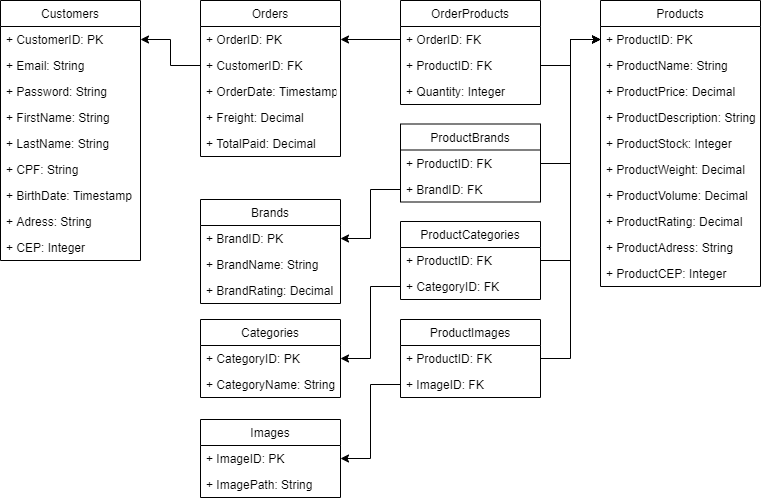
The draw.io diagram database/Database.png in Gap1512/ecommerce, before a commit. Source tidied: cells renumbered, new cells last; positions are measured from the earlier drawing's top-left corner, leaving out a move shared by most shapes. The source it was exported from:
```xml
<mxGraphModel background="#ffffff">
  <root>
    <mxCell id="0" />
    <mxCell id="1" parent="0" />
    <mxCell id="2" value="Customers" style="swimlane;fontStyle=0;horizontal=1;startSize=26;fillColor=none;" parent="1" vertex="1">
      <mxGeometry width="140" height="260" as="geometry" />
    </mxCell>
    <mxCell id="3" value="+ CustomerID: PK" style="text;strokeColor=none;fillColor=none;align=left;verticalAlign=top;spacingLeft=4;spacingRight=4;overflow=hidden;points=[[0,0.5],[1,0.5]];portConstraint=eastwest;" parent="2" vertex="1">
      <mxGeometry y="26" width="140" height="26" as="geometry" />
    </mxCell>
    <mxCell id="4" value="+ Email: String" style="text;strokeColor=none;fillColor=none;align=left;verticalAlign=top;spacingLeft=4;spacingRight=4;overflow=hidden;" parent="2" vertex="1">
      <mxGeometry y="52" width="140" height="26" as="geometry" />
    </mxCell>
    <mxCell id="5" value="+ Password: String" style="text;strokeColor=none;fillColor=none;align=left;verticalAlign=top;spacingLeft=4;spacingRight=4;overflow=hidden;" parent="2" vertex="1">
      <mxGeometry y="78" width="140" height="26" as="geometry" />
    </mxCell>
    <mxCell id="6" value="+ FirstName: String" style="text;strokeColor=none;fillColor=none;align=left;verticalAlign=top;spacingLeft=4;spacingRight=4;overflow=hidden;" parent="2" vertex="1">
      <mxGeometry y="104" width="140" height="26" as="geometry" />
    </mxCell>
    <mxCell id="7" value="+ LastName: String" style="text;strokeColor=none;fillColor=none;align=left;verticalAlign=top;spacingLeft=4;spacingRight=4;overflow=hidden;" parent="2" vertex="1">
      <mxGeometry y="130" width="140" height="26" as="geometry" />
    </mxCell>
    <mxCell id="8" value="+ CPF: String" style="text;strokeColor=none;fillColor=none;align=left;verticalAlign=top;spacingLeft=4;spacingRight=4;overflow=hidden;" parent="2" vertex="1">
      <mxGeometry y="156" width="140" height="26" as="geometry" />
    </mxCell>
    <mxCell id="9" value="+ BirthDate: Timestamp" style="text;strokeColor=none;fillColor=none;align=left;verticalAlign=top;spacingLeft=4;spacingRight=4;overflow=hidden;" parent="2" vertex="1">
      <mxGeometry y="182" width="140" height="26" as="geometry" />
    </mxCell>
    <mxCell id="10" value="+ Adress: String" style="text;strokeColor=none;fillColor=none;align=left;verticalAlign=top;spacingLeft=4;spacingRight=4;overflow=hidden;" parent="2" vertex="1">
      <mxGeometry y="208" width="140" height="26" as="geometry" />
    </mxCell>
    <mxCell id="11" value="+ CEP: Integer" style="text;strokeColor=none;fillColor=none;align=left;verticalAlign=top;spacingLeft=4;spacingRight=4;overflow=hidden;" parent="2" vertex="1">
      <mxGeometry y="234" width="140" height="26" as="geometry" />
    </mxCell>
    <mxCell id="12" value="Products" style="swimlane;fontStyle=0;horizontal=1;startSize=26;fillColor=none;" parent="1" vertex="1">
      <mxGeometry x="600" width="160" height="286" as="geometry" />
    </mxCell>
    <mxCell id="13" value="+ ProductID: PK" style="text;strokeColor=none;fillColor=none;align=left;verticalAlign=top;spacingLeft=4;spacingRight=4;overflow=hidden;points=[[0,0.5],[1,0.5]];portConstraint=eastwest;" parent="12" vertex="1">
      <mxGeometry y="26" width="160" height="26" as="geometry" />
    </mxCell>
    <mxCell id="14" value="+ ProductName: String" style="text;strokeColor=none;fillColor=none;align=left;verticalAlign=top;spacingLeft=4;spacingRight=4;overflow=hidden;" parent="12" vertex="1">
      <mxGeometry y="52" width="160" height="26" as="geometry" />
    </mxCell>
    <mxCell id="15" value="+ ProductPrice: Decimal" style="text;strokeColor=none;fillColor=none;align=left;verticalAlign=top;spacingLeft=4;spacingRight=4;overflow=hidden;" parent="12" vertex="1">
      <mxGeometry y="78" width="160" height="26" as="geometry" />
    </mxCell>
    <mxCell id="16" value="+ ProductDescription: String" style="text;strokeColor=none;fillColor=none;align=left;verticalAlign=top;spacingLeft=4;spacingRight=4;overflow=hidden;" parent="12" vertex="1">
      <mxGeometry y="104" width="160" height="26" as="geometry" />
    </mxCell>
    <mxCell id="17" value="+ ProductStock: Integer" style="text;strokeColor=none;fillColor=none;align=left;verticalAlign=top;spacingLeft=4;spacingRight=4;overflow=hidden;" parent="12" vertex="1">
      <mxGeometry y="130" width="160" height="26" as="geometry" />
    </mxCell>
    <mxCell id="18" value="+ ProductWeight: Decimal" style="text;strokeColor=none;fillColor=none;align=left;verticalAlign=top;spacingLeft=4;spacingRight=4;overflow=hidden;" parent="12" vertex="1">
      <mxGeometry y="156" width="160" height="26" as="geometry" />
    </mxCell>
    <mxCell id="19" value="+ ProductVolume: Decimal" style="text;strokeColor=none;fillColor=none;align=left;verticalAlign=top;spacingLeft=4;spacingRight=4;overflow=hidden;" parent="12" vertex="1">
      <mxGeometry y="182" width="160" height="26" as="geometry" />
    </mxCell>
    <mxCell id="20" value="+ ProductRating: Decimal" style="text;strokeColor=none;fillColor=none;align=left;verticalAlign=top;spacingLeft=4;spacingRight=4;overflow=hidden;" parent="12" vertex="1">
      <mxGeometry y="208" width="160" height="26" as="geometry" />
    </mxCell>
    <mxCell id="21" value="+ ProductAdress: String" style="text;strokeColor=none;fillColor=none;align=left;verticalAlign=top;spacingLeft=4;spacingRight=4;overflow=hidden;" parent="12" vertex="1">
      <mxGeometry y="234" width="160" height="26" as="geometry" />
    </mxCell>
    <mxCell id="22" value="+ ProductCEP: Integer" style="text;strokeColor=none;fillColor=none;align=left;verticalAlign=top;spacingLeft=4;spacingRight=4;overflow=hidden;" parent="12" vertex="1">
      <mxGeometry y="260" width="160" height="26" as="geometry" />
    </mxCell>
    <mxCell id="23" value="Orders" style="swimlane;fontStyle=0;horizontal=1;startSize=26;fillColor=none;" parent="1" vertex="1">
      <mxGeometry x="200" width="140" height="156" as="geometry" />
    </mxCell>
    <mxCell id="24" value="+ OrderID: PK" style="text;strokeColor=none;fillColor=none;align=left;verticalAlign=top;spacingLeft=4;spacingRight=4;overflow=hidden;points=[[0,0.5],[1,0.5]];portConstraint=eastwest;" parent="23" vertex="1">
      <mxGeometry y="26" width="140" height="26" as="geometry" />
    </mxCell>
    <mxCell id="25" value="+ CustomerID: FK" style="text;strokeColor=none;fillColor=none;align=left;verticalAlign=top;spacingLeft=4;spacingRight=4;overflow=hidden;points=[[0,0.5],[1,0.5]];portConstraint=eastwest;" parent="23" vertex="1">
      <mxGeometry y="52" width="140" height="26" as="geometry" />
    </mxCell>
    <mxCell id="26" value="+ OrderDate: Timestamp" style="text;strokeColor=none;fillColor=none;align=left;verticalAlign=top;spacingLeft=4;spacingRight=4;overflow=hidden;" parent="23" vertex="1">
      <mxGeometry y="78" width="140" height="26" as="geometry" />
    </mxCell>
    <mxCell id="27" value="+ Freight: Decimal" style="text;strokeColor=none;fillColor=none;align=left;verticalAlign=top;spacingLeft=4;spacingRight=4;overflow=hidden;" parent="23" vertex="1">
      <mxGeometry y="104" width="140" height="26" as="geometry" />
    </mxCell>
    <mxCell id="28" value="+ TotalPaid: Decimal" style="text;strokeColor=none;fillColor=none;align=left;verticalAlign=top;spacingLeft=4;spacingRight=4;overflow=hidden;" parent="23" vertex="1">
      <mxGeometry y="130" width="140" height="26" as="geometry" />
    </mxCell>
    <mxCell id="29" value="Categories" style="swimlane;fontStyle=0;horizontal=1;startSize=26;fillColor=none;" parent="1" vertex="1">
      <mxGeometry x="200" y="319" width="140" height="78" as="geometry" />
    </mxCell>
    <mxCell id="30" value="+ CategoryID: PK" style="text;strokeColor=none;fillColor=none;align=left;verticalAlign=top;spacingLeft=4;spacingRight=4;overflow=hidden;points=[[0,0.5],[1,0.5]];portConstraint=eastwest;" parent="29" vertex="1">
      <mxGeometry y="26" width="140" height="26" as="geometry" />
    </mxCell>
    <mxCell id="31" value="+ CategoryName: String" style="text;strokeColor=none;fillColor=none;align=left;verticalAlign=top;spacingLeft=4;spacingRight=4;overflow=hidden;" parent="29" vertex="1">
      <mxGeometry y="52" width="140" height="26" as="geometry" />
    </mxCell>
    <mxCell id="32" value="Brands" style="swimlane;fontStyle=0;horizontal=1;startSize=26;fillColor=none;" parent="1" vertex="1">
      <mxGeometry x="200" y="199" width="140" height="104" as="geometry" />
    </mxCell>
    <mxCell id="33" value="+ BrandID: PK" style="text;strokeColor=none;fillColor=none;align=left;verticalAlign=top;spacingLeft=4;spacingRight=4;overflow=hidden;points=[[0,0.5],[1,0.5]];portConstraint=eastwest;" parent="32" vertex="1">
      <mxGeometry y="26" width="140" height="26" as="geometry" />
    </mxCell>
    <mxCell id="34" value="+ BrandName: String" style="text;strokeColor=none;fillColor=none;align=left;verticalAlign=top;spacingLeft=4;spacingRight=4;overflow=hidden;" parent="32" vertex="1">
      <mxGeometry y="52" width="140" height="26" as="geometry" />
    </mxCell>
    <mxCell id="35" value="+ BrandRating: Decimal" style="text;strokeColor=none;fillColor=none;align=left;verticalAlign=top;spacingLeft=4;spacingRight=4;overflow=hidden;" parent="32" vertex="1">
      <mxGeometry y="78" width="140" height="26" as="geometry" />
    </mxCell>
    <mxCell id="36" value="Images" style="swimlane;fontStyle=0;horizontal=1;startSize=26;fillColor=none;" parent="1" vertex="1">
      <mxGeometry x="200" y="419" width="140" height="78" as="geometry" />
    </mxCell>
    <mxCell id="37" value="+ ImageID: PK" style="text;strokeColor=none;fillColor=none;align=left;verticalAlign=top;spacingLeft=4;spacingRight=4;overflow=hidden;points=[[0,0.5],[1,0.5]];portConstraint=eastwest;" parent="36" vertex="1">
      <mxGeometry y="26" width="140" height="26" as="geometry" />
    </mxCell>
    <mxCell id="38" value="+ ImagePath: String" style="text;strokeColor=none;fillColor=none;align=left;verticalAlign=top;spacingLeft=4;spacingRight=4;overflow=hidden;" parent="36" vertex="1">
      <mxGeometry y="52" width="140" height="26" as="geometry" />
    </mxCell>
    <mxCell id="39" value="ProductImages" style="swimlane;fontStyle=0;horizontal=1;startSize=26;fillColor=none;" parent="1" vertex="1">
      <mxGeometry x="400" y="319" width="140" height="78" as="geometry" />
    </mxCell>
    <mxCell id="40" value="+ ProductID: FK" style="text;strokeColor=none;fillColor=none;align=left;verticalAlign=top;spacingLeft=4;spacingRight=4;overflow=hidden;points=[[0,0.5],[1,0.5]];portConstraint=eastwest;" parent="39" vertex="1">
      <mxGeometry y="26" width="140" height="26" as="geometry" />
    </mxCell>
    <mxCell id="41" value="+ ImageID: FK" style="text;strokeColor=none;fillColor=none;align=left;verticalAlign=top;spacingLeft=4;spacingRight=4;overflow=hidden;points=[[0,0.5],[1,0.5]];portConstraint=eastwest;" parent="39" vertex="1">
      <mxGeometry y="52" width="140" height="26" as="geometry" />
    </mxCell>
    <mxCell id="42" value="ProductCategories" style="swimlane;fontStyle=0;horizontal=1;startSize=26;fillColor=none;" parent="1" vertex="1">
      <mxGeometry x="400" y="221" width="140" height="78" as="geometry" />
    </mxCell>
    <mxCell id="43" value="+ ProductID: FK" style="text;strokeColor=none;fillColor=none;align=left;verticalAlign=top;spacingLeft=4;spacingRight=4;overflow=hidden;points=[[0,0.5],[1,0.5]];portConstraint=eastwest;" parent="42" vertex="1">
      <mxGeometry y="26" width="140" height="26" as="geometry" />
    </mxCell>
    <mxCell id="44" value="+ CategoryID: FK" style="text;strokeColor=none;fillColor=none;align=left;verticalAlign=top;spacingLeft=4;spacingRight=4;overflow=hidden;points=[[0,0.5],[1,0.5]];portConstraint=eastwest;" parent="42" vertex="1">
      <mxGeometry y="52" width="140" height="26" as="geometry" />
    </mxCell>
    <mxCell id="45" value="ProductBrands" style="swimlane;fontStyle=0;horizontal=1;startSize=26;fillColor=none;" parent="1" vertex="1">
      <mxGeometry x="400" y="123.5" width="140" height="78" as="geometry" />
    </mxCell>
    <mxCell id="46" value="+ ProductID: FK" style="text;strokeColor=none;fillColor=none;align=left;verticalAlign=top;spacingLeft=4;spacingRight=4;overflow=hidden;" parent="45" vertex="1">
      <mxGeometry y="26" width="140" height="26" as="geometry" />
    </mxCell>
    <mxCell id="47" value="+ BrandID: FK" style="text;strokeColor=none;fillColor=none;align=left;verticalAlign=top;spacingLeft=4;spacingRight=4;overflow=hidden;points=[[0,0.5],[1,0.5]];portConstraint=eastwest;" parent="45" vertex="1">
      <mxGeometry y="52" width="140" height="26" as="geometry" />
    </mxCell>
    <mxCell id="48" value="OrderProducts" style="swimlane;fontStyle=0;horizontal=1;startSize=26;fillColor=none;" parent="1" vertex="1">
      <mxGeometry x="400" width="140" height="104" as="geometry" />
    </mxCell>
    <mxCell id="49" value="+ OrderID: FK" style="text;strokeColor=none;fillColor=none;align=left;verticalAlign=top;spacingLeft=4;spacingRight=4;overflow=hidden;points=[[0,0.5],[1,0.5]];portConstraint=eastwest;" parent="48" vertex="1">
      <mxGeometry y="26" width="140" height="26" as="geometry" />
    </mxCell>
    <mxCell id="50" value="+ ProductID: FK" style="text;strokeColor=none;fillColor=none;align=left;verticalAlign=top;spacingLeft=4;spacingRight=4;overflow=hidden;points=[[0,0.5],[1,0.5]];portConstraint=eastwest;" parent="48" vertex="1">
      <mxGeometry y="52" width="140" height="26" as="geometry" />
    </mxCell>
    <mxCell id="51" value="+ Quantity: Integer" style="text;strokeColor=none;fillColor=none;align=left;verticalAlign=top;spacingLeft=4;spacingRight=4;overflow=hidden;" parent="48" vertex="1">
      <mxGeometry y="78" width="140" height="26" as="geometry" />
    </mxCell>
    <mxCell id="52" style="edgeStyle=orthogonalEdgeStyle;rounded=0;jettySize=auto;html=1;exitX=0;exitY=0.5;exitDx=0;exitDy=0;entryX=1;entryY=0.5;entryDx=0;entryDy=0;" parent="1" edge="1" source="25" target="3">
      <mxGeometry relative="1" as="geometry" />
    </mxCell>
    <mxCell id="53" style="edgeStyle=orthogonalEdgeStyle;rounded=0;jettySize=auto;html=1;exitX=0;exitY=0.5;exitDx=0;exitDy=0;entryX=1;entryY=0.5;entryDx=0;entryDy=0;" parent="1" edge="1" source="49" target="24">
      <mxGeometry relative="1" as="geometry" />
    </mxCell>
    <mxCell id="54" style="edgeStyle=orthogonalEdgeStyle;rounded=0;jettySize=auto;html=1;exitX=1;exitY=0.5;exitDx=0;exitDy=0;entryX=0;entryY=0.5;entryDx=0;entryDy=0;" parent="1" edge="1" source="45" target="13">
      <mxGeometry relative="1" as="geometry" />
    </mxCell>
    <mxCell id="55" style="edgeStyle=orthogonalEdgeStyle;rounded=0;jettySize=auto;html=1;exitX=1;exitY=0.5;exitDx=0;exitDy=0;entryX=0;entryY=0.5;entryDx=0;entryDy=0;" parent="1" edge="1" source="50" target="13">
      <mxGeometry relative="1" as="geometry" />
    </mxCell>
    <mxCell id="56" style="edgeStyle=orthogonalEdgeStyle;rounded=0;jettySize=auto;html=1;exitX=1;exitY=0.5;exitDx=0;exitDy=0;entryX=0;entryY=0.5;entryDx=0;entryDy=0;" parent="1" edge="1" source="43" target="13">
      <mxGeometry relative="1" as="geometry" />
    </mxCell>
    <mxCell id="57" style="edgeStyle=orthogonalEdgeStyle;rounded=0;jettySize=auto;html=1;exitX=1;exitY=0.5;exitDx=0;exitDy=0;entryX=0;entryY=0.5;entryDx=0;entryDy=0;" parent="1" edge="1" source="40" target="13">
      <mxGeometry relative="1" as="geometry" />
    </mxCell>
    <mxCell id="58" style="edgeStyle=orthogonalEdgeStyle;rounded=0;jettySize=auto;html=1;exitX=0;exitY=0.5;exitDx=0;exitDy=0;entryX=1;entryY=0.5;entryDx=0;entryDy=0;" parent="1" edge="1" source="41" target="37">
      <mxGeometry relative="1" as="geometry" />
    </mxCell>
    <mxCell id="59" style="edgeStyle=orthogonalEdgeStyle;rounded=0;jettySize=auto;html=1;entryX=1;entryY=0.5;entryDx=0;entryDy=0;" parent="1" edge="1" source="44" target="30">
      <mxGeometry relative="1" as="geometry" />
    </mxCell>
    <mxCell id="60" style="edgeStyle=orthogonalEdgeStyle;rounded=0;jettySize=auto;html=1;entryX=1;entryY=0.5;entryDx=0;entryDy=0;" parent="1" edge="1" source="47" target="33">
      <mxGeometry relative="1" as="geometry" />
    </mxCell>
  </root>
</mxGraphModel>
```
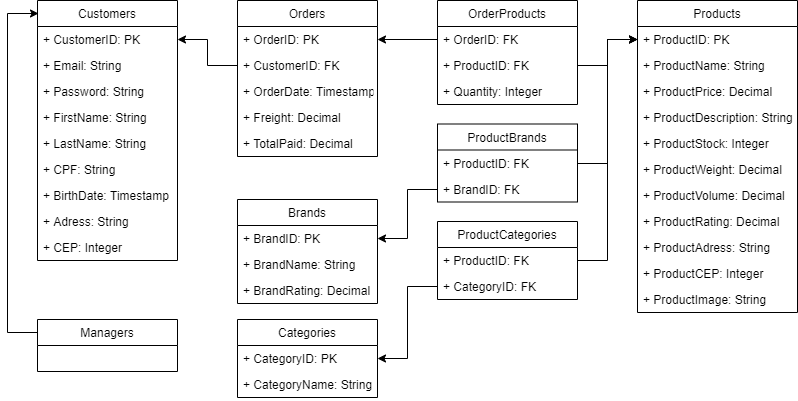
After the commit.

The edit, as a diff of the source:
```diff
@@ -33,7 +33,7 @@
       <mxGeometry y="234" width="140" height="26" as="geometry" />
     </mxCell>
     <mxCell id="12" value="Products" style="swimlane;fontStyle=0;horizontal=1;startSize=26;fillColor=none;" parent="1" vertex="1">
-      <mxGeometry x="600" width="160" height="286" as="geometry" />
+      <mxGeometry x="600" width="160" height="312" as="geometry" />
     </mxCell>
     <mxCell id="13" value="+ ProductID: PK" style="text;strokeColor=none;fillColor=none;align=left;verticalAlign=top;spacingLeft=4;spacingRight=4;overflow=hidden;points=[[0,0.5],[1,0.5]];portConstraint=eastwest;" parent="12" vertex="1">
       <mxGeometry y="26" width="160" height="26" as="geometry" />
@@ -65,6 +65,9 @@
     <mxCell id="22" value="+ ProductCEP: Integer" style="text;strokeColor=none;fillColor=none;align=left;verticalAlign=top;spacingLeft=4;spacingRight=4;overflow=hidden;" parent="12" vertex="1">
       <mxGeometry y="260" width="160" height="26" as="geometry" />
     </mxCell>
+    <mxCell id="61" value="+ ProductImage: String" style="text;strokeColor=none;fillColor=none;align=left;verticalAlign=top;spacingLeft=4;spacingRight=4;overflow=hidden;" parent="12" vertex="1">
+      <mxGeometry y="286" width="160" height="26" as="geometry" />
+    </mxCell>
     <mxCell id="23" value="Orders" style="swimlane;fontStyle=0;horizontal=1;startSize=26;fillColor=none;" parent="1" vertex="1">
       <mxGeometry x="200" width="140" height="156" as="geometry" />
     </mxCell>
@@ -104,24 +107,6 @@
     <mxCell id="35" value="+ BrandRating: Decimal" style="text;strokeColor=none;fillColor=none;align=left;verticalAlign=top;spacingLeft=4;spacingRight=4;overflow=hidden;" parent="32" vertex="1">
       <mxGeometry y="78" width="140" height="26" as="geometry" />
     </mxCell>
-    <mxCell id="36" value="Images" style="swimlane;fontStyle=0;horizontal=1;startSize=26;fillColor=none;" parent="1" vertex="1">
-      <mxGeometry x="200" y="419" width="140" height="78" as="geometry" />
-    </mxCell>
-    <mxCell id="37" value="+ ImageID: PK" style="text;strokeColor=none;fillColor=none;align=left;verticalAlign=top;spacingLeft=4;spacingRight=4;overflow=hidden;points=[[0,0.5],[1,0.5]];portConstraint=eastwest;" parent="36" vertex="1">
-      <mxGeometry y="26" width="140" height="26" as="geometry" />
-    </mxCell>
-    <mxCell id="38" value="+ ImagePath: String" style="text;strokeColor=none;fillColor=none;align=left;verticalAlign=top;spacingLeft=4;spacingRight=4;overflow=hidden;" parent="36" vertex="1">
-      <mxGeometry y="52" width="140" height="26" as="geometry" />
-    </mxCell>
-    <mxCell id="39" value="ProductImages" style="swimlane;fontStyle=0;horizontal=1;startSize=26;fillColor=none;" parent="1" vertex="1">
-      <mxGeometry x="400" y="319" width="140" height="78" as="geometry" />
-    </mxCell>
-    <mxCell id="40" value="+ ProductID: FK" style="text;strokeColor=none;fillColor=none;align=left;verticalAlign=top;spacingLeft=4;spacingRight=4;overflow=hidden;points=[[0,0.5],[1,0.5]];portConstraint=eastwest;" parent="39" vertex="1">
-      <mxGeometry y="26" width="140" height="26" as="geometry" />
-    </mxCell>
-    <mxCell id="41" value="+ ImageID: FK" style="text;strokeColor=none;fillColor=none;align=left;verticalAlign=top;spacingLeft=4;spacingRight=4;overflow=hidden;points=[[0,0.5],[1,0.5]];portConstraint=eastwest;" parent="39" vertex="1">
-      <mxGeometry y="52" width="140" height="26" as="geometry" />
-    </mxCell>
     <mxCell id="42" value="ProductCategories" style="swimlane;fontStyle=0;horizontal=1;startSize=26;fillColor=none;" parent="1" vertex="1">
       <mxGeometry x="400" y="221" width="140" height="78" as="geometry" />
     </mxCell>
@@ -167,17 +152,22 @@
     <mxCell id="56" style="edgeStyle=orthogonalEdgeStyle;rounded=0;jettySize=auto;html=1;exitX=1;exitY=0.5;exitDx=0;exitDy=0;entryX=0;entryY=0.5;entryDx=0;entryDy=0;" parent="1" edge="1" source="43" target="13">
       <mxGeometry relative="1" as="geometry" />
     </mxCell>
-    <mxCell id="57" style="edgeStyle=orthogonalEdgeStyle;rounded=0;jettySize=auto;html=1;exitX=1;exitY=0.5;exitDx=0;exitDy=0;entryX=0;entryY=0.5;entryDx=0;entryDy=0;" parent="1" edge="1" source="40" target="13">
-      <mxGeometry relative="1" as="geometry" />
-    </mxCell>
-    <mxCell id="58" style="edgeStyle=orthogonalEdgeStyle;rounded=0;jettySize=auto;html=1;exitX=0;exitY=0.5;exitDx=0;exitDy=0;entryX=1;entryY=0.5;entryDx=0;entryDy=0;" parent="1" edge="1" source="41" target="37">
-      <mxGeometry relative="1" as="geometry" />
-    </mxCell>
     <mxCell id="59" style="edgeStyle=orthogonalEdgeStyle;rounded=0;jettySize=auto;html=1;entryX=1;entryY=0.5;entryDx=0;entryDy=0;" parent="1" edge="1" source="44" target="30">
       <mxGeometry relative="1" as="geometry" />
     </mxCell>
     <mxCell id="60" style="edgeStyle=orthogonalEdgeStyle;rounded=0;jettySize=auto;html=1;entryX=1;entryY=0.5;entryDx=0;entryDy=0;" parent="1" edge="1" source="47" target="33">
       <mxGeometry relative="1" as="geometry" />
     </mxCell>
+    <mxCell id="62" style="edgeStyle=orthogonalEdgeStyle;rounded=0;jettySize=auto;html=1;exitX=0;exitY=0.25;exitDx=0;exitDy=0;entryX=0.007;entryY=0.05;entryDx=0;entryDy=0;entryPerimeter=0;" parent="1" edge="1" source="63" target="2">
+      <mxGeometry relative="1" as="geometry">
+        <Array as="points">
+          <mxPoint x="-30" y="332" />
+          <mxPoint x="-30" y="13" />
+        </Array>
+      </mxGeometry>
+    </mxCell>
+    <mxCell id="63" value="Managers" style="swimlane;fontStyle=0;horizontal=1;startSize=26;fillColor=none;" parent="1" vertex="1">
+      <mxGeometry y="319" width="140" height="52" as="geometry" />
+    </mxCell>
   </root>
 </mxGraphModel>
```
